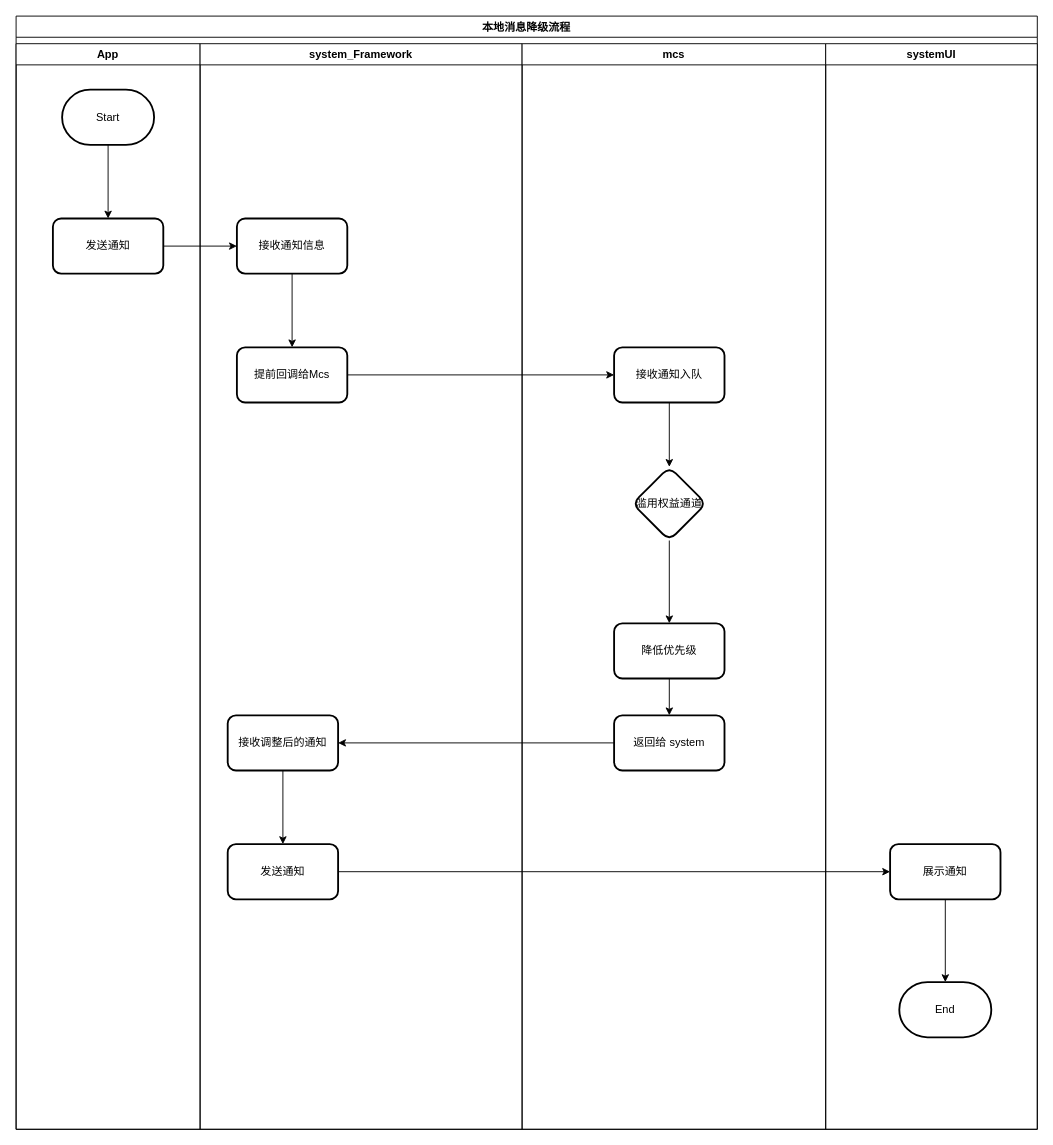
This is 本地通知降级.drawio from WatchAnt/for_draw.io, a draw.io file, before an edit. Source tidied: cells renumbered, new cells numbered last; positions are measured from the earlier drawing's top-left corner, leaving out a move shared by most shapes. Both pictures are drawn from the tidied source at 92%, with x=0, y=0 at pixel (16, 16).
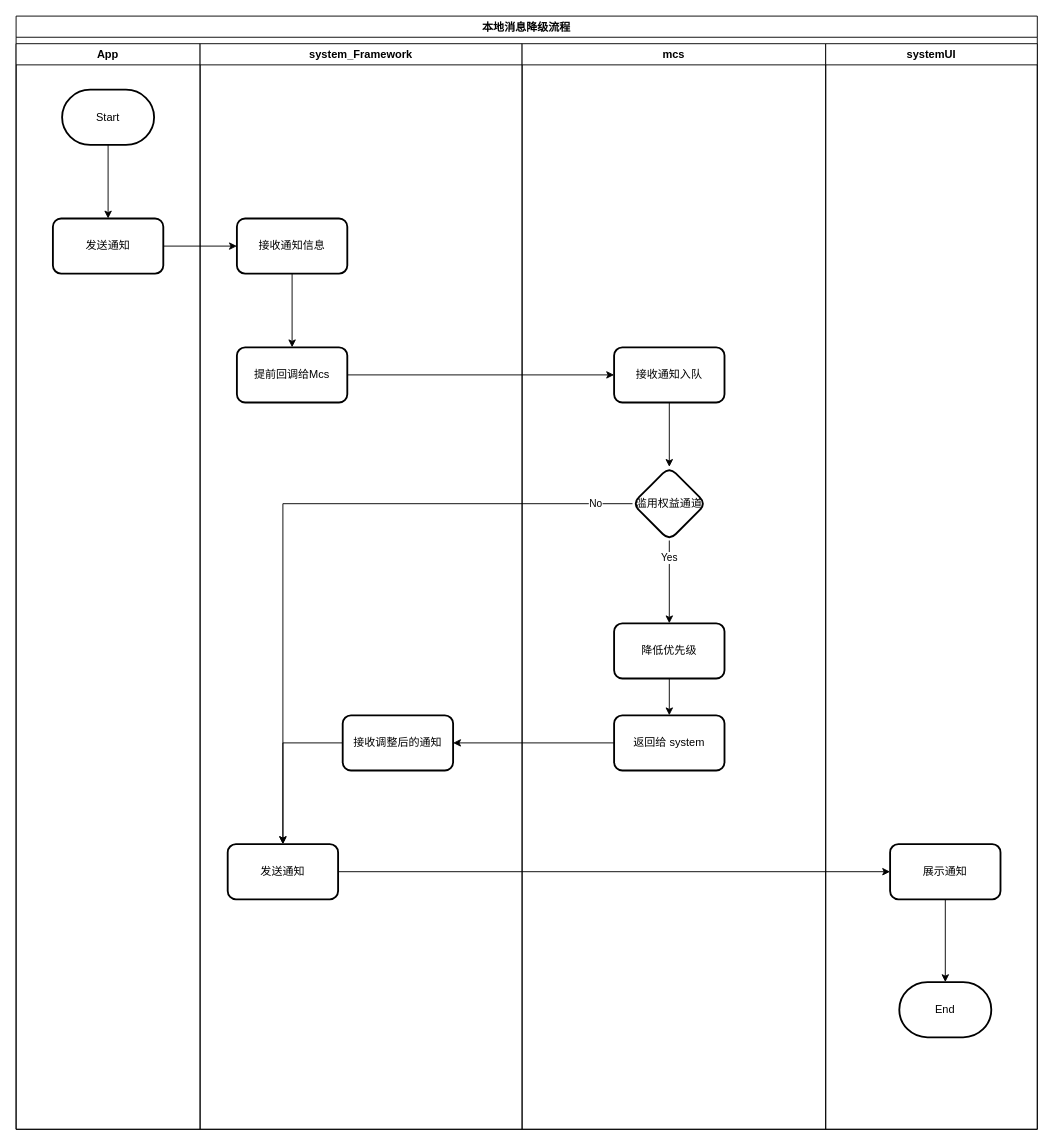
Above is the later version.

Commit message:
更新本地通知降级.drawio

Unchanged cells that the change refers to:
```xml
<mxCell id="2" value="本地消息降级流程" style="swimlane;" parent="1" vertex="1">
  <mxGeometry width="1110" height="1210" as="geometry" />
</mxCell>
<mxCell id="7" value="system_Framework" style="swimlane;align=center;startSize=23;" parent="2" vertex="1">
  <mxGeometry x="200" y="30" width="350" height="1180" as="geometry" />
</mxCell>
<mxCell id="13" value="发送通知" style="whiteSpace=wrap;html=1;rounded=1;strokeWidth=2;" parent="7" vertex="1">
  <mxGeometry x="30" y="870" width="120" height="60" as="geometry" />
</mxCell>
<mxCell id="17" style="edgeStyle=orthogonalEdgeStyle;rounded=0;jettySize=auto;html=1;" parent="14" edge="1" source="18" target="19">
  <mxGeometry relative="1" as="geometry" />
</mxCell>
<mxCell id="18" value="滥用权益通道" style="rhombus;whiteSpace=wrap;html=1;rounded=1;strokeWidth=2;" parent="14" vertex="1">
  <mxGeometry x="120" y="460" width="80" height="80" as="geometry" />
</mxCell>
```

Change to the diagram source:
```diff
@@
-    <mxCell id="11" style="edgeStyle=orthogonalEdgeStyle;rounded=0;jettySize=auto;html=1;" parent="7" edge="1" source="12" target="13">
+    <mxCell id="11" style="edgeStyle=orthogonalEdgeStyle;rounded=0;jettySize=auto;html=1;exitX=0;exitY=0.5;exitDx=0;exitDy=0;" parent="7" edge="1" source="12" target="13">
       <mxGeometry relative="1" as="geometry" />
     </mxCell>
     <mxCell id="12" value="接收调整后的通知" style="whiteSpace=wrap;html=1;rounded=1;strokeWidth=2;" parent="7" vertex="1">
-      <mxGeometry x="30" y="730" width="120" height="60" as="geometry" />
+      <mxGeometry x="155" y="730" width="120" height="60" as="geometry" />
     </mxCell>
@@
+    <mxCell id="30" value="Yes" style="edgeLabel;html=1;align=center;verticalAlign=middle;" parent="17" vertex="1">
+      <mxGeometry x="-0.59" y="-1" relative="1" as="geometry" />
+    </mxCell>
@@
+    <mxCell id="31" style="edgeStyle=orthogonalEdgeStyle;rounded=0;jettySize=auto;html=1;exitX=0;exitY=0.5;exitDx=0;exitDy=0;entryX=0.5;entryY=0;entryDx=0;entryDy=0;" parent="2" edge="1" source="18" target="13">
+      <mxGeometry relative="1" as="geometry">
+        <Array as="points">
+          <mxPoint x="290" y="530" />
+        </Array>
+      </mxGeometry>
+    </mxCell>
+    <mxCell id="32" value="No" style="edgeLabel;html=1;align=center;verticalAlign=middle;" parent="31" vertex="1">
+      <mxGeometry x="-0.89" y="-1" relative="1" as="geometry" />
+    </mxCell>
```
